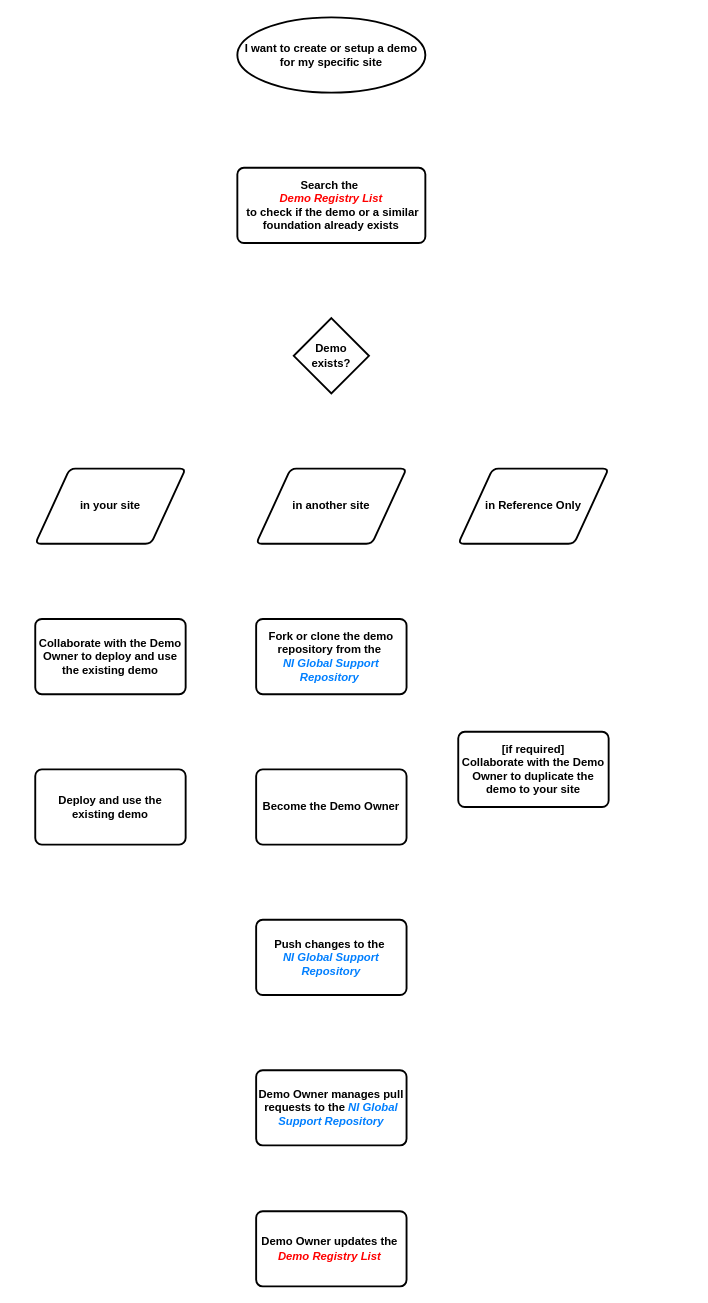
The draw.io diagram demo_standardization_workflow.drawio in ktlim-xy/draw-io, before the edit. Source tidied: cells renumbered, new cells numbered last; positions are measured from the earlier drawing's top-left corner, leaving out a move shared by most shapes. Both pictures are drawn from the tidied source at 94%, with x=0, y=0 at pixel (35, 17).
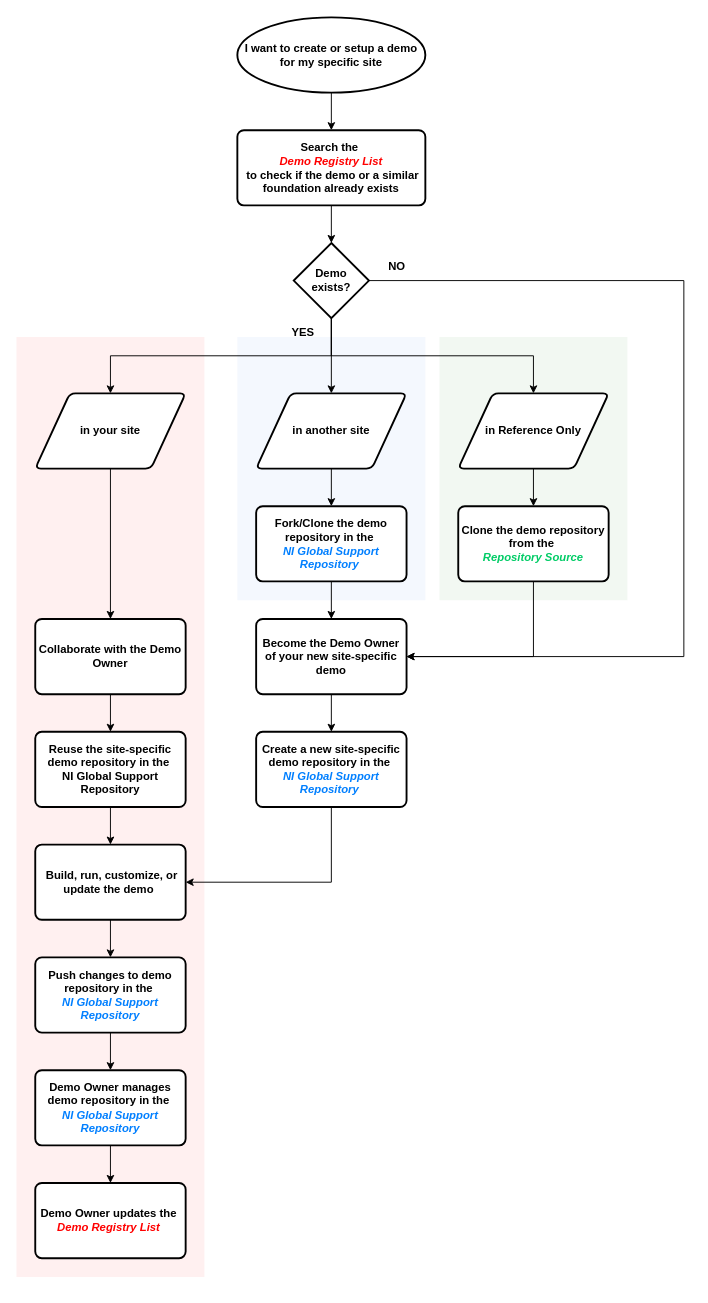
The same page after the edit.

The change refers to these unchanged cells:
```xml
<mxCell id="2" value="&lt;b&gt;I want to create or setup a demo for my specific site&lt;/b&gt;" style="strokeWidth=2;html=1;shape=mxgraph.flowchart.start_2;whiteSpace=wrap;fontSize=12;" parent="1" vertex="1">
  <mxGeometry x="215" width="200" height="80" as="geometry" />
</mxCell>
```

The edit, as a diff of the source:
```diff
@@
+    <mxCell id="16" style="verticalLabelPosition=bottom;verticalAlign=top;html=1;shape=mxgraph.basic.rect;fillColor2=none;strokeWidth=4;size=20;indent=5;fillColor=#d5e8d4;opacity=30;strokeColor=none;fontStyle=1;" parent="1" vertex="1">
+      <mxGeometry x="430" y="340" width="200" height="280" as="geometry" />
+    </mxCell>
+    <mxCell id="17" style="verticalLabelPosition=bottom;verticalAlign=top;html=1;shape=mxgraph.basic.rect;fillColor2=none;strokeWidth=4;size=20;indent=5;fillColor=#dae8fc;opacity=30;strokeColor=none;" parent="1" vertex="1">
+      <mxGeometry x="215" y="340" width="200" height="280" as="geometry" />
+    </mxCell>
+    <mxCell id="18" style="verticalLabelPosition=bottom;verticalAlign=top;html=1;shape=mxgraph.basic.rect;fillColor2=none;strokeWidth=2;size=20;indent=5;gradientColor=none;fillColor=#FFCCCC;opacity=30;strokeColor=none;" parent="1" vertex="1">
+      <mxGeometry x="-20" y="340" width="200" height="1000" as="geometry" />
+    </mxCell>
+    <mxCell id="19" style="edgeStyle=orthogonalEdgeStyle;rounded=0;jettySize=auto;html=1;exitX=0.5;exitY=1;exitDx=0;exitDy=0;exitPerimeter=0;entryX=0.5;entryY=0;entryDx=0;entryDy=0;" parent="1" edge="1" source="2" target="3">
+      <mxGeometry relative="1" as="geometry" />
+    </mxCell>
@@
     <mxCell id="3" value="&lt;font&gt;&lt;b&gt;Search the&amp;nbsp;&lt;/b&gt;&lt;/font&gt;&lt;div&gt;&lt;i&gt;&lt;b&gt;&lt;font style=&quot;color: rgb(255, 0, 0);&quot;&gt;Demo Registry List&lt;/font&gt;&lt;/b&gt;&lt;/i&gt;&lt;/div&gt;&lt;div&gt;&lt;font&gt;&lt;b&gt;&amp;nbsp;to check if the demo or a similar foundation already exists&lt;/b&gt;&lt;/font&gt;&lt;/div&gt;" style="rounded=1;whiteSpace=wrap;html=1;absoluteArcSize=1;arcSize=14;strokeWidth=2;" parent="1" vertex="1">
-      <mxGeometry x="215" y="160" width="200" height="80" as="geometry" />
+      <mxGeometry x="215" y="120" width="200" height="80" as="geometry" />
     </mxCell>
+    <mxCell id="20" style="edgeStyle=orthogonalEdgeStyle;rounded=0;jettySize=auto;html=1;exitX=0.5;exitY=1;exitDx=0;exitDy=0;exitPerimeter=0;entryX=0.5;entryY=0;entryDx=0;entryDy=0;" parent="1" edge="1" source="4" target="7">
+      <mxGeometry relative="1" as="geometry" />
+    </mxCell>
+    <mxCell id="21" style="edgeStyle=orthogonalEdgeStyle;rounded=0;jettySize=auto;html=1;exitX=0.5;exitY=1;exitDx=0;exitDy=0;exitPerimeter=0;entryX=0.5;entryY=0;entryDx=0;entryDy=0;" parent="1" edge="1" source="4" target="6">
+      <mxGeometry relative="1" as="geometry" />
+    </mxCell>
+    <mxCell id="22" style="edgeStyle=orthogonalEdgeStyle;rounded=0;jettySize=auto;html=1;exitX=0.5;exitY=1;exitDx=0;exitDy=0;exitPerimeter=0;entryX=0.5;entryY=0;entryDx=0;entryDy=0;" parent="1" edge="1" source="4" target="5">
+      <mxGeometry relative="1" as="geometry" />
+    </mxCell>
     <mxCell id="4" value="&lt;b&gt;Demo exists?&lt;/b&gt;" style="strokeWidth=2;html=1;shape=mxgraph.flowchart.decision;whiteSpace=wrap;" parent="1" vertex="1">
-      <mxGeometry x="275" y="320" width="80" height="80" as="geometry" />
+      <mxGeometry x="275" y="240" width="80" height="80" as="geometry" />
     </mxCell>
+    <mxCell id="23" style="edgeStyle=orthogonalEdgeStyle;rounded=0;jettySize=auto;html=1;exitX=0.5;exitY=1;exitDx=0;exitDy=0;" parent="1" edge="1" source="5" target="9">
+      <mxGeometry relative="1" as="geometry" />
+    </mxCell>
     <mxCell id="5" value="&lt;b&gt;in your site&lt;/b&gt;" style="shape=parallelogram;html=1;strokeWidth=2;perimeter=parallelogramPerimeter;whiteSpace=wrap;rounded=1;arcSize=12;size=0.23;" parent="1" vertex="1">
-      <mxGeometry y="480" width="160" height="80" as="geometry" />
+      <mxGeometry y="400" width="160" height="80" as="geometry" />
     </mxCell>
+    <mxCell id="24" style="edgeStyle=orthogonalEdgeStyle;rounded=0;jettySize=auto;html=1;exitX=0.5;exitY=1;exitDx=0;exitDy=0;entryX=0.5;entryY=0;entryDx=0;entryDy=0;" parent="1" edge="1" source="6" target="14">
+      <mxGeometry relative="1" as="geometry" />
+    </mxCell>
     <mxCell id="6" value="&lt;b&gt;in another site&lt;/b&gt;" style="shape=parallelogram;html=1;strokeWidth=2;perimeter=parallelogramPerimeter;whiteSpace=wrap;rounded=1;arcSize=12;size=0.23;" parent="1" vertex="1">
-      <mxGeometry x="235" y="480" width="160" height="80" as="geometry" />
+      <mxGeometry x="235" y="400" width="160" height="80" as="geometry" />
     </mxCell>
+    <mxCell id="25" style="edgeStyle=orthogonalEdgeStyle;rounded=0;jettySize=auto;html=1;exitX=0.5;exitY=1;exitDx=0;exitDy=0;entryX=0.5;entryY=0;entryDx=0;entryDy=0;" parent="1" edge="1" source="7" target="35">
+      <mxGeometry relative="1" as="geometry" />
+    </mxCell>
     <mxCell id="7" value="&lt;b&gt;in Reference Only&lt;/b&gt;" style="shape=parallelogram;html=1;strokeWidth=2;perimeter=parallelogramPerimeter;whiteSpace=wrap;rounded=1;arcSize=12;size=0.23;" parent="1" vertex="1">
-      <mxGeometry x="450" y="480" width="160" height="80" as="geometry" />
+      <mxGeometry x="450" y="400" width="160" height="80" as="geometry" />
     </mxCell>
-    <mxCell id="8" value="&lt;b&gt;Deploy and use the existing demo&lt;/b&gt;" style="rounded=1;whiteSpace=wrap;html=1;absoluteArcSize=1;arcSize=14;strokeWidth=2;" parent="1" vertex="1">
-      <mxGeometry y="800" width="160" height="80" as="geometry" />
-    </mxCell>
+    <mxCell id="26" style="edgeStyle=orthogonalEdgeStyle;rounded=0;jettySize=auto;html=1;exitX=0.5;exitY=1;exitDx=0;exitDy=0;entryX=0.5;entryY=0;entryDx=0;entryDy=0;" parent="1" edge="1" source="9" target="41">
+      <mxGeometry relative="1" as="geometry" />
+    </mxCell>
-    <mxCell id="9" value="&lt;b&gt;Collaborate with the Demo Owner to deploy and use the existing demo&lt;/b&gt;" style="rounded=1;whiteSpace=wrap;html=1;absoluteArcSize=1;arcSize=14;strokeWidth=2;" parent="1" vertex="1">
+    <mxCell id="9" value="&lt;b&gt;Collaborate with the Demo Owner&lt;/b&gt;" style="rounded=1;whiteSpace=wrap;html=1;absoluteArcSize=1;arcSize=14;strokeWidth=2;" parent="1" vertex="1">
       <mxGeometry y="640" width="160" height="80" as="geometry" />
     </mxCell>
+    <mxCell id="27" style="edgeStyle=orthogonalEdgeStyle;rounded=0;jettySize=auto;html=1;exitX=0.5;exitY=1;exitDx=0;exitDy=0;entryX=0.5;entryY=0;entryDx=0;entryDy=0;" parent="1" edge="1" source="10" target="12">
+      <mxGeometry relative="1" as="geometry" />
+    </mxCell>
-    <mxCell id="10" value="&lt;span&gt;Push changes to the&amp;nbsp;&lt;/span&gt;&lt;div&gt;&lt;span&gt;&lt;i&gt;&lt;font style=&quot;color: rgb(0, 127, 255);&quot;&gt;NI Global Support Repository&lt;/font&gt;&lt;/i&gt;&lt;/span&gt;&lt;/div&gt;" style="rounded=1;whiteSpace=wrap;html=1;absoluteArcSize=1;arcSize=14;strokeWidth=2;fontStyle=1;" parent="1" vertex="1">
-      <mxGeometry x="235" y="960" width="160" height="80" as="geometry" />
+    <mxCell id="10" value="&lt;span&gt;Push changes to demo repository in the&amp;nbsp;&lt;/span&gt;&lt;div&gt;&lt;span&gt;&lt;i&gt;&lt;font style=&quot;color: rgb(0, 127, 255);&quot;&gt;NI Global Support Repository&lt;/font&gt;&lt;/i&gt;&lt;/span&gt;&lt;/div&gt;" style="rounded=1;whiteSpace=wrap;html=1;absoluteArcSize=1;arcSize=14;strokeWidth=2;fontStyle=1;" parent="1" vertex="1">
+      <mxGeometry y="1000" width="160" height="80" as="geometry" />
     </mxCell>
     <mxCell id="11" value="&lt;b&gt;Demo Owner updates the&amp;nbsp;&lt;/b&gt;&lt;div&gt;&lt;b&gt;&lt;i&gt;&lt;font style=&quot;color: rgb(255, 0, 0);&quot;&gt;Demo Registry List&amp;nbsp;&lt;/font&gt;&lt;/i&gt;&lt;/b&gt;&lt;/div&gt;" style="rounded=1;whiteSpace=wrap;html=1;absoluteArcSize=1;arcSize=14;strokeWidth=2;" parent="1" vertex="1">
-      <mxGeometry x="235" y="1270" width="160" height="80" as="geometry" />
+      <mxGeometry y="1240" width="160" height="80" as="geometry" />
     </mxCell>
+    <mxCell id="28" style="edgeStyle=orthogonalEdgeStyle;rounded=0;jettySize=auto;html=1;exitX=0.5;exitY=1;exitDx=0;exitDy=0;entryX=0.5;entryY=0;entryDx=0;entryDy=0;" parent="1" edge="1" source="12" target="11">
+      <mxGeometry relative="1" as="geometry" />
+    </mxCell>
-    <mxCell id="12" value="&lt;b&gt;Demo Owner manages pull requests to the&amp;nbsp;&lt;/b&gt;&lt;b&gt;&lt;i&gt;&lt;font style=&quot;color: rgb(0, 127, 255);&quot;&gt;NI Global Support Repository&lt;/font&gt;&lt;/i&gt;&lt;/b&gt;" style="rounded=1;whiteSpace=wrap;html=1;absoluteArcSize=1;arcSize=14;strokeWidth=2;" parent="1" vertex="1">
-      <mxGeometry x="235" y="1120" width="160" height="80" as="geometry" />
+    <mxCell id="12" value="&lt;b&gt;Demo Owner manages demo repository in the&amp;nbsp;&lt;/b&gt;&lt;div&gt;&lt;b&gt;&lt;i&gt;&lt;font style=&quot;color: rgb(0, 127, 255);&quot;&gt;NI Global Support Repository&lt;/font&gt;&lt;/i&gt;&lt;/b&gt;&lt;/div&gt;" style="rounded=1;whiteSpace=wrap;html=1;absoluteArcSize=1;arcSize=14;strokeWidth=2;" parent="1" vertex="1">
+      <mxGeometry y="1120" width="160" height="80" as="geometry" />
     </mxCell>
+    <mxCell id="29" style="edgeStyle=orthogonalEdgeStyle;rounded=0;jettySize=auto;html=1;exitX=0.5;exitY=1;exitDx=0;exitDy=0;entryX=1;entryY=0.5;entryDx=0;entryDy=0;" parent="1" edge="1" source="13" target="33">
+      <mxGeometry relative="1" as="geometry" />
+    </mxCell>
-    <mxCell id="13" value="&lt;span&gt;[if required]&lt;/span&gt;&lt;div&gt;&lt;span&gt;Collaborate with the Demo Owner to duplicate the demo to your site&lt;/span&gt;&lt;/div&gt;" style="rounded=1;whiteSpace=wrap;html=1;absoluteArcSize=1;arcSize=14;strokeWidth=2;fontStyle=1;" parent="1" vertex="1">
-      <mxGeometry x="450" y="760" width="160" height="80" as="geometry" />
+    <mxCell id="13" value="Create a new site-specific demo repository in the&amp;nbsp;&lt;div&gt;&lt;i&gt;&lt;font style=&quot;color: rgb(0, 127, 255);&quot;&gt;NI Global Support Repository&lt;/font&gt;&lt;/i&gt;&amp;nbsp;&lt;/div&gt;" style="rounded=1;whiteSpace=wrap;html=1;absoluteArcSize=1;arcSize=14;strokeWidth=2;fontStyle=1;" parent="1" vertex="1">
+      <mxGeometry x="235" y="760" width="160" height="80" as="geometry" />
     </mxCell>
+    <mxCell id="30" style="edgeStyle=orthogonalEdgeStyle;rounded=0;jettySize=auto;html=1;exitX=0.5;exitY=1;exitDx=0;exitDy=0;entryX=0.5;entryY=0;entryDx=0;entryDy=0;" parent="1" edge="1" source="14" target="15">
+      <mxGeometry relative="1" as="geometry" />
+    </mxCell>
-    <mxCell id="14" value="Fork or clone the demo repository from the&amp;nbsp;&lt;div&gt;&lt;i style=&quot;&quot;&gt;&lt;font style=&quot;color: rgb(0, 127, 255);&quot;&gt;NI Global Support Repository&lt;/font&gt;&lt;/i&gt;&amp;nbsp;&lt;/div&gt;" style="rounded=1;whiteSpace=wrap;html=1;absoluteArcSize=1;arcSize=14;strokeWidth=2;fontStyle=1;" parent="1" vertex="1">
-      <mxGeometry x="235" y="640" width="160" height="80" as="geometry" />
+    <mxCell id="14" value="Fork/Clone the demo repository in the&amp;nbsp;&lt;div&gt;&lt;i style=&quot;&quot;&gt;&lt;font style=&quot;color: rgb(0, 127, 255);&quot;&gt;NI Global Support Repository&lt;/font&gt;&lt;/i&gt;&amp;nbsp;&lt;/div&gt;" style="rounded=1;whiteSpace=wrap;html=1;absoluteArcSize=1;arcSize=14;strokeWidth=2;fontStyle=1;" parent="1" vertex="1">
+      <mxGeometry x="235" y="520" width="160" height="80" as="geometry" />
     </mxCell>
+    <mxCell id="31" style="edgeStyle=orthogonalEdgeStyle;rounded=0;jettySize=auto;html=1;exitX=0.5;exitY=1;exitDx=0;exitDy=0;entryX=0.5;entryY=0;entryDx=0;entryDy=0;" parent="1" edge="1" source="15" target="13">
+      <mxGeometry relative="1" as="geometry" />
+    </mxCell>
-    <mxCell id="15" value="Become the Demo Owner" style="rounded=1;whiteSpace=wrap;html=1;absoluteArcSize=1;arcSize=14;strokeWidth=2;fontStyle=1;" parent="1" vertex="1">
-      <mxGeometry x="235" y="800" width="160" height="80" as="geometry" />
+    <mxCell id="15" value="Become the Demo Owner of your new site-specific demo" style="rounded=1;whiteSpace=wrap;html=1;absoluteArcSize=1;arcSize=14;strokeWidth=2;fontStyle=1;" parent="1" vertex="1">
+      <mxGeometry x="235" y="640" width="160" height="80" as="geometry" />
     </mxCell>
+    <mxCell id="32" style="edgeStyle=orthogonalEdgeStyle;rounded=0;jettySize=auto;html=1;exitX=0.5;exitY=1;exitDx=0;exitDy=0;entryX=0.5;entryY=0;entryDx=0;entryDy=0;" parent="1" edge="1" source="33" target="10">
+      <mxGeometry relative="1" as="geometry" />
+    </mxCell>
+    <mxCell id="33" value="&lt;div&gt;&amp;nbsp;Build, run, customize, or update the demo&amp;nbsp;&lt;/div&gt;" style="rounded=1;whiteSpace=wrap;html=1;absoluteArcSize=1;arcSize=14;strokeWidth=2;fontStyle=1;" parent="1" vertex="1">
+      <mxGeometry y="880" width="160" height="80" as="geometry" />
+    </mxCell>
+    <mxCell id="34" style="edgeStyle=orthogonalEdgeStyle;rounded=0;jettySize=auto;html=1;exitX=0.5;exitY=1;exitDx=0;exitDy=0;entryX=1;entryY=0.5;entryDx=0;entryDy=0;" parent="1" edge="1" source="35" target="15">
+      <mxGeometry relative="1" as="geometry" />
+    </mxCell>
+    <mxCell id="35" value="Clone the demo repository from the&amp;nbsp;&lt;div&gt;&lt;font style=&quot;color: rgb(0, 204, 102);&quot;&gt;&lt;i style=&quot;&quot;&gt;Repository Source&lt;/i&gt;&lt;/font&gt;&lt;/div&gt;" style="rounded=1;whiteSpace=wrap;html=1;absoluteArcSize=1;arcSize=14;strokeWidth=2;fontStyle=1;" parent="1" vertex="1">
+      <mxGeometry x="450" y="520" width="160" height="80" as="geometry" />
+    </mxCell>
+    <mxCell id="36" style="edgeStyle=orthogonalEdgeStyle;rounded=0;jettySize=auto;html=1;exitX=0.5;exitY=1;exitDx=0;exitDy=0;entryX=0.5;entryY=0;entryDx=0;entryDy=0;entryPerimeter=0;" parent="1" edge="1" source="3" target="4">
+      <mxGeometry relative="1" as="geometry" />
+    </mxCell>
+    <mxCell id="37" value="&lt;b&gt;YES&lt;/b&gt;" style="text;html=1;whiteSpace=wrap;strokeColor=none;fillColor=none;align=center;verticalAlign=middle;rounded=0;" parent="1" vertex="1">
+      <mxGeometry x="255" y="320" width="60" height="30" as="geometry" />
+    </mxCell>
+    <mxCell id="38" style="edgeStyle=orthogonalEdgeStyle;rounded=0;jettySize=auto;html=1;exitX=0;exitY=1;exitDx=0;exitDy=0;entryX=1;entryY=0.5;entryDx=0;entryDy=0;" parent="1" edge="1" source="39" target="15">
+      <mxGeometry relative="1" as="geometry">
+        <Array as="points">
+          <mxPoint x="690" y="280" />
+          <mxPoint x="690" y="680" />
+        </Array>
+      </mxGeometry>
+    </mxCell>
+    <mxCell id="39" value="&lt;b&gt;NO&lt;/b&gt;" style="text;html=1;whiteSpace=wrap;strokeColor=none;fillColor=none;align=center;verticalAlign=middle;rounded=0;" parent="1" vertex="1">
+      <mxGeometry x="355" y="250" width="60" height="30" as="geometry" />
+    </mxCell>
+    <mxCell id="40" style="edgeStyle=orthogonalEdgeStyle;rounded=0;jettySize=auto;html=1;exitX=0.5;exitY=1;exitDx=0;exitDy=0;entryX=0.5;entryY=0;entryDx=0;entryDy=0;" parent="1" edge="1" source="41" target="33">
+      <mxGeometry relative="1" as="geometry" />
+    </mxCell>
+    <mxCell id="41" value="&lt;b&gt;Reuse the site-specific demo repository in the&amp;nbsp;&lt;/b&gt;&lt;div&gt;&lt;b&gt;NI Global Support Repository&lt;/b&gt;&lt;/div&gt;" style="rounded=1;whiteSpace=wrap;html=1;absoluteArcSize=1;arcSize=14;strokeWidth=2;" parent="1" vertex="1">
+      <mxGeometry y="760" width="160" height="80" as="geometry" />
+    </mxCell>
```
